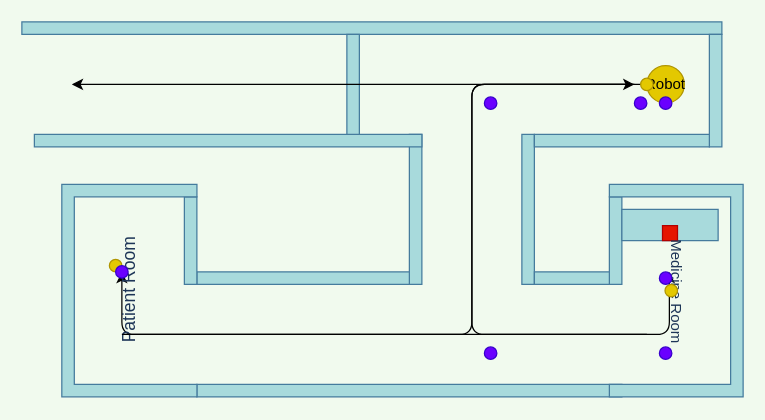
Earlier version of the draw.io diagram simulator/resources/map/hospital_scenario.drawio (lesunb/HMRSsim). Source tidied: cells renumbered, new cells numbered last; positions are measured from the earlier drawing's top-left corner, leaving out a move shared by most shapes. Both pictures are drawn from the tidied source at 125%, with x=0, y=0 at pixel (21, 21).
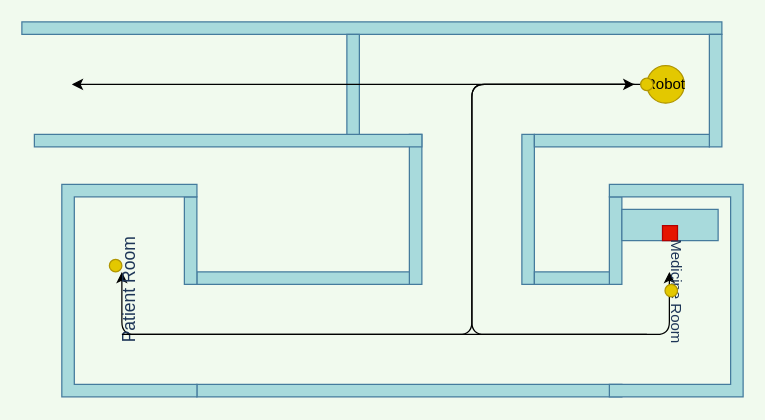
The same diagram, later.

What changed in the source:
```diff
@@
-    <mxCell id="24" style="ellipse;whiteSpace=wrap;html=1;fillColor=#6a00ff;strokeColor=#3700CC;fontColor=#ffffff;" parent="1" vertex="1">
-      <mxGeometry x="510" y="60" width="10" height="10" as="geometry" />
-    </mxCell>
-    <mxCell id="25" style="ellipse;whiteSpace=wrap;html=1;fillColor=#6a00ff;strokeColor=#3700CC;fontColor=#ffffff;" parent="1" vertex="1">
-      <mxGeometry x="510" y="200" width="10" height="10" as="geometry" />
-    </mxCell>
-    <mxCell id="26" style="ellipse;whiteSpace=wrap;html=1;fillColor=#6a00ff;strokeColor=#3700CC;fontColor=#ffffff;" parent="1" vertex="1">
-      <mxGeometry x="490" y="60" width="10" height="10" as="geometry" />
-    </mxCell>
-    <mxCell id="27" style="ellipse;whiteSpace=wrap;html=1;fillColor=#6a00ff;strokeColor=#3700CC;fontColor=#ffffff;" parent="1" vertex="1">
-      <mxGeometry x="370" y="60" width="10" height="10" as="geometry" />
-    </mxCell>
-    <mxCell id="28" style="ellipse;whiteSpace=wrap;html=1;fillColor=#6a00ff;strokeColor=#3700CC;fontColor=#ffffff;" parent="1" vertex="1">
-      <mxGeometry x="370" y="260" width="10" height="10" as="geometry" />
-    </mxCell>
-    <mxCell id="29" style="ellipse;whiteSpace=wrap;html=1;fillColor=#6a00ff;strokeColor=#3700CC;fontColor=#ffffff;" parent="1" vertex="1">
-      <mxGeometry x="510" y="260" width="10" height="10" as="geometry" />
-    </mxCell>
@@
-    <mxCell id="31" style="ellipse;whiteSpace=wrap;html=1;fillColor=#6a00ff;strokeColor=#3700CC;fontColor=#ffffff;" parent="1" vertex="1">
-      <mxGeometry x="75" y="195" width="10" height="10" as="geometry" />
-    </mxCell>
```
